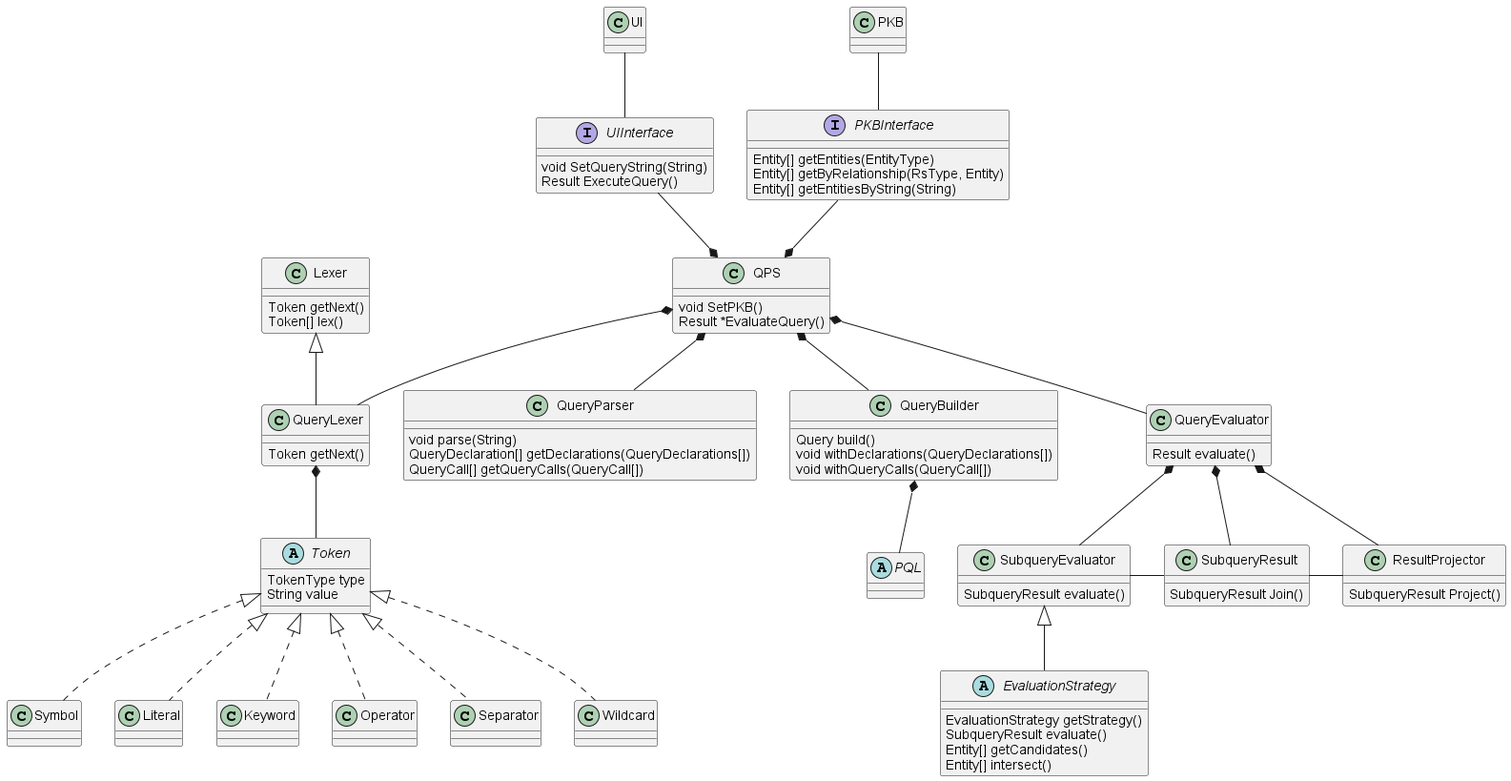
This is docs/images/QPSClassDiagram.png from mazx4960/static-analyzer, a PlantUML export, as it was before one commit.
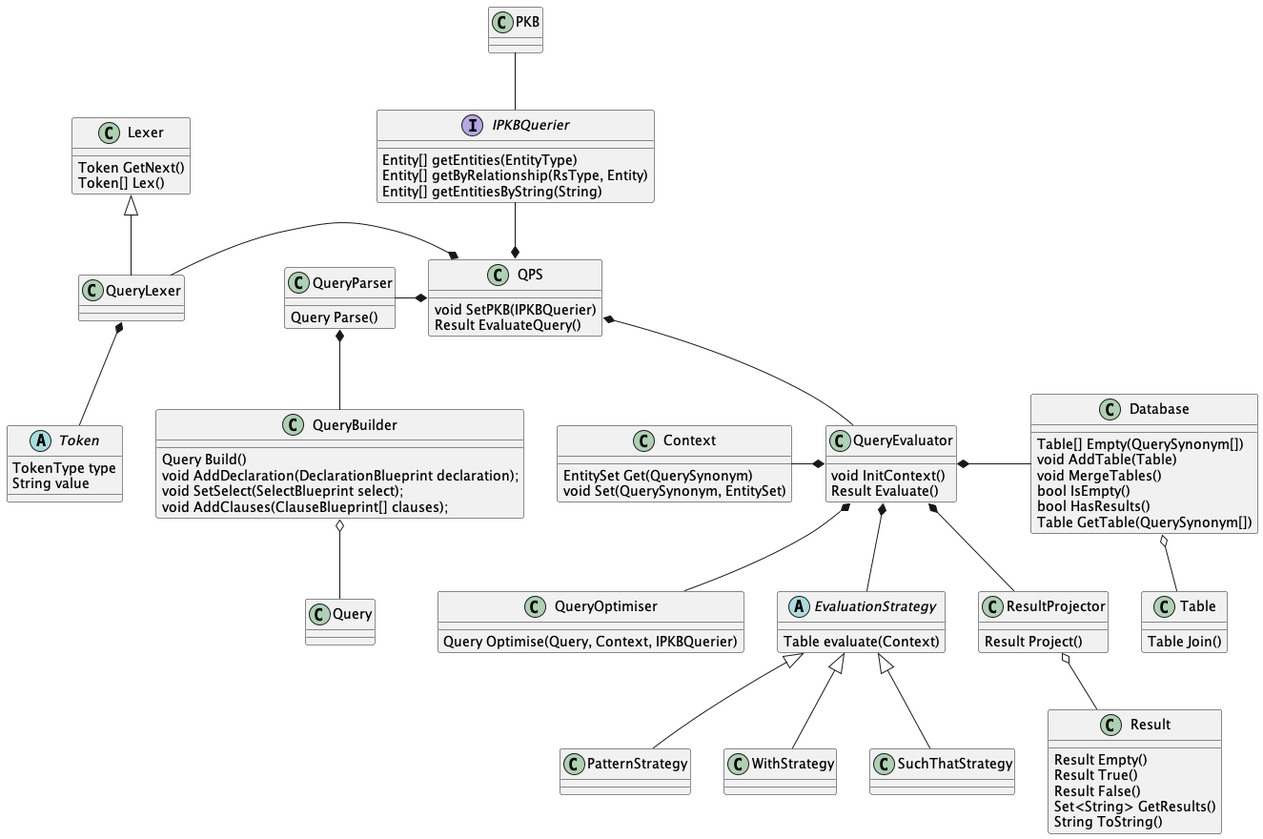
Above is the later version.

The edit, as a diff of the source:
```diff
@@ -1,110 +1,112 @@
 @startuml
+
+interface IPKBQuerier {
+    Entity[] getEntities(EntityType)
+    Entity[] getByRelationship(RsType, Entity)
+    Entity[] getEntitiesByString(String)
+}
+
+class QPS {
+    void SetPKB(IPKBQuerier)
+	Result EvaluateQuery()
+}
 
 abstract class  "Token" {
     TokenType type
     String value
 }
 
-class Symbol
-class Literal
-class Keyword
-class Operator
-class Separator
-class Wildcard
+class Lexer {
+	Token GetNext()
+    Token[] Lex()
+}
 
-abstract class  "PQL" {
+class QueryLexer {
+}
+
+class QueryParser {
+	Query Parse()
+}
+
+class QueryBuilder {
+	Query Build()
+	void AddDeclaration(DeclarationBlueprint declaration);
+    void SetSelect(SelectBlueprint select);
+    void AddClauses(ClauseBlueprint[] clauses);
+}
+
+class QueryEvaluator {
+    void InitContext()
+	Result Evaluate()
+}
+
+class Context {
+    EntitySet Get(QuerySynonym)
+    void Set(QuerySynonym, EntitySet)
+}
+
+class Database {
+    Table[] Empty(QuerySynonym[])
+    void AddTable(Table)
+    void MergeTables()
+    bool IsEmpty()
+    bool HasResults()
+    Table GetTable(QuerySynonym[])
+}
+
+class Table {
+	Table Join()
 }
 
 abstract class "EvaluationStrategy" {
-    EvaluationStrategy getStrategy()
-    SubqueryResult evaluate()
-    Entity[] getCandidates()
-    Entity[] intersect()
+    Table evaluate(Context)
+}
+class SuchThatStrategy
+class PatternStrategy
+class WithStrategy
+
+class ResultProjector {
+    Result Project()
 }
 
-interface UIInterface {
-    void SetQueryString(String)
-    Result ExecuteQuery()
+class QueryOptimiser {
+    Query Optimise(Query, Context, IPKBQuerier)
 }
 
-interface PKBInterface {
-    Entity[] getEntities(EntityType)
-    Entity[] getByRelationship(RsType, Entity)
-    Entity[] getEntitiesByString(String)
+class Result {
+    Result Empty()
+    Result True()
+    Result False()
+    Set<String> GetResults()
+    String ToString()
 }
 
-class QPS {
-    void SetPKB()
-	Result *EvaluateQuery()
-}
+PKB -down- IPKBQuerier
 
-class QueryParser {
-
-	void parse(String)
-	QueryDeclaration[] getDeclarations(QueryDeclarations[])
-	QueryCall[] getQueryCalls(QueryCall[])
-}
-
-class QueryBuilder {
-	Query build()
-	void withDeclarations(QueryDeclarations[])
-	void withQueryCalls(QueryCall[])
-}
-
-class Lexer {
-	Token getNext()
-    Token[] lex()
-}
-
-class QueryLexer {
-	Token getNext()
-}
-
-class QueryEvaluator {
-	Result evaluate()
-}
-
-class SubqueryEvaluator {
-	SubqueryResult evaluate()
-}
-
-class SubqueryResult {
-	SubqueryResult Join()
-}
-
-class ResultProjector {
-    SubqueryResult Project()
-}
-
-Token <|.down. Symbol
-Token <|.down. Literal
-Token <|.down. Keyword
-Token <|.down. Operator
-Token <|.down. Separator
-Token <|.down. Wildcard
+QPS *-up- IPKBQuerier
+QPS *-left- QueryParser
+QPS *-left- QueryLexer
+QPS *-down- QueryEvaluator
 
 
-UI -down- UIInterface
-PKB -down- PKBInterface
+Lexer <|-down- QueryLexer
+QueryLexer *-down- Token
+QueryParser *-down- QueryBuilder
 
-QPS *-up- UIInterface
-QPS *-up- PKBInterface
-QPS *-down- QueryLexer
-QPS *-down- QueryParser
-QPS *-down- QueryEvaluator
-QPS *-down- QueryBuilder
+QueryEvaluator *-left- Context
+QueryEvaluator *-right- Database
+QueryEvaluator *-down- QueryOptimiser
+QueryEvaluator *-down- EvaluationStrategy
+QueryBuilder o-down- Query
 
-Lexer <|-down- QueryLexer
-
-QueryLexer *-down- Token
-
-QueryBuilder *-down- PQL
-
-QueryEvaluator *-down- SubqueryEvaluator
-QueryEvaluator *-down- SubqueryResult
 QueryEvaluator *-down- ResultProjector
 
-SubqueryEvaluator <|-down- EvaluationStrategy
-SubqueryEvaluator -right- SubqueryResult
-SubqueryResult -right- ResultProjector
+Database o-down- Table
+
+ResultProjector o-down- Result
+
+SuchThatStrategy -up-|> EvaluationStrategy
+PatternStrategy -up-|> EvaluationStrategy
+WithStrategy -up-|> EvaluationStrategy
+
 @enduml
```
